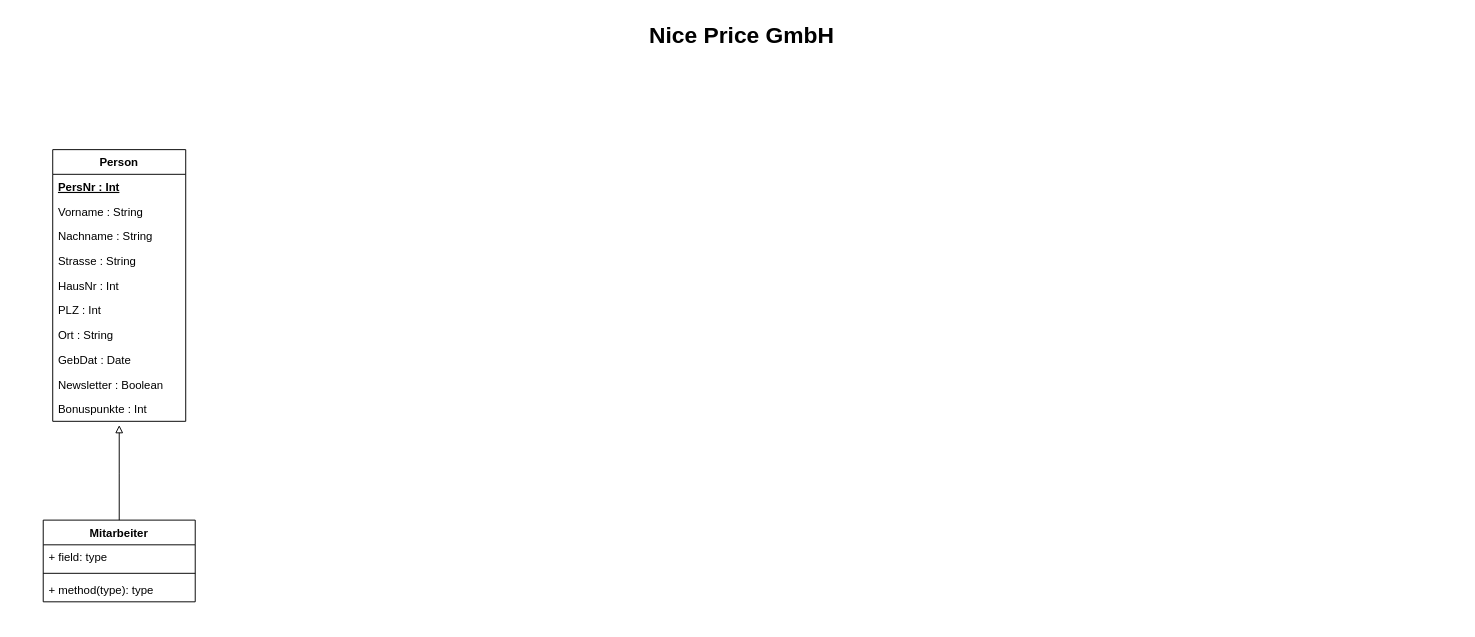
The draw.io diagram NicePriceUML.drawio in Resteklicken/DBS, before the edit. Source tidied: cells renumbered, new cells numbered last; positions are measured from the earlier drawing's top-left corner, leaving out a move shared by most shapes. Both pictures are drawn from the tidied source at 95%, with x=0, y=0 at pixel (24, 16).
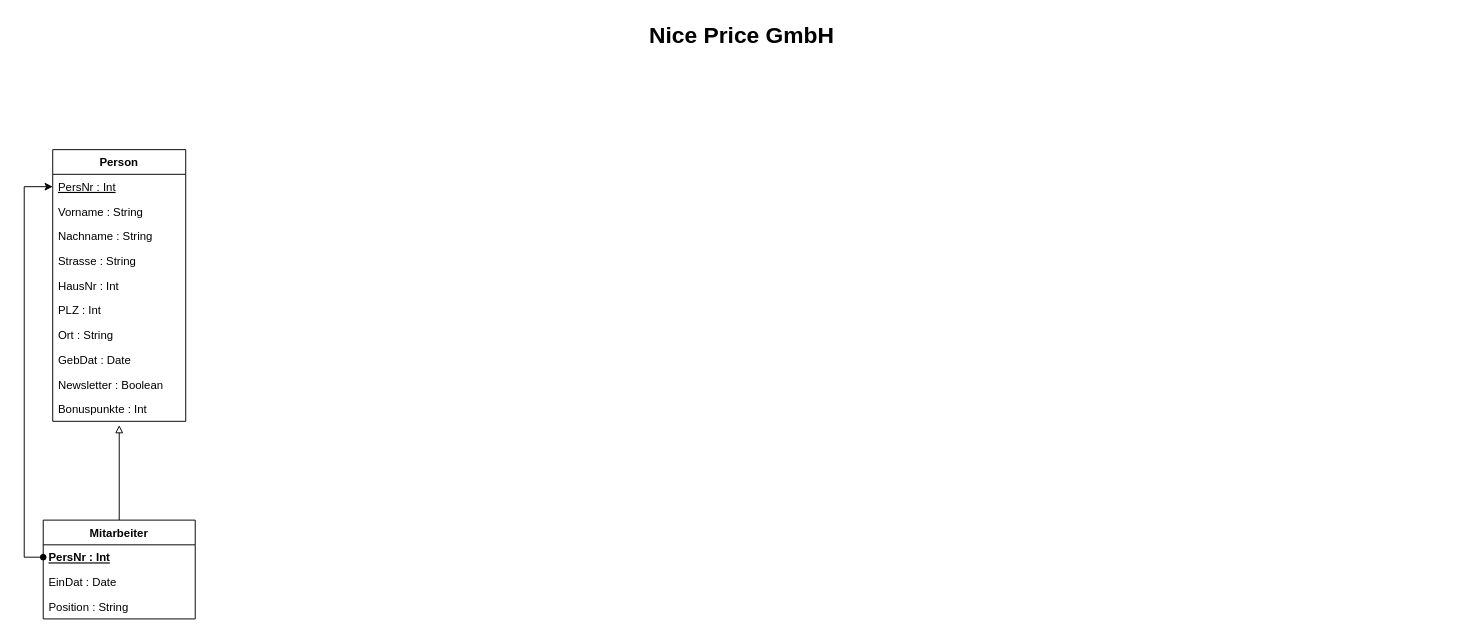
The same diagram, later.

Commit message:
Added Mitarbeiter Table

The change refers to these unchanged cells:
```xml
<mxCell id="3" value="Person" style="swimlane;fontStyle=1;horizontal=1;startSize=26;fillColor=none;" parent="1" vertex="1">
  <mxGeometry x="30" y="140" width="140" height="286" as="geometry" />
</mxCell>
```

The edit, as a diff of the source:
```diff
@@
-    <mxCell id="4" value="PersNr : Int" style="text;strokeColor=none;align=left;verticalAlign=top;spacingLeft=4;spacingRight=4;overflow=hidden;points=[[0,0.5],[1,0.5]];portConstraint=eastwest;fontStyle=5;" parent="3" vertex="1">
+    <mxCell id="4" value="PersNr : Int" style="text;strokeColor=none;align=left;verticalAlign=top;spacingLeft=4;spacingRight=4;overflow=hidden;points=[[0,0.5],[1,0.5]];portConstraint=eastwest;fontStyle=4;" parent="3" vertex="1">
       <mxGeometry y="26" width="140" height="26" as="geometry" />
     </mxCell>
@@
     <mxCell id="15" value="Mitarbeiter&#10;" style="swimlane;fontStyle=1;align=center;verticalAlign=top;horizontal=1;startSize=26;fillColor=none;" parent="1" vertex="1">
-      <mxGeometry x="20" y="530" width="160" height="86" as="geometry" />
+      <mxGeometry x="20" y="530" width="160" height="104" as="geometry" />
     </mxCell>
+    <mxCell id="19" value="PersNr : Int" style="text;strokeColor=none;fillColor=none;align=left;verticalAlign=top;spacingLeft=4;spacingRight=4;overflow=hidden;points=[[0,0.5],[1,0.5]];portConstraint=eastwest;fontStyle=5;" parent="15" vertex="1">
+      <mxGeometry y="26" width="160" height="26" as="geometry" />
+    </mxCell>
-    <mxCell id="16" value="+ field: type" style="text;strokeColor=none;fillColor=none;align=left;verticalAlign=top;spacingLeft=4;spacingRight=4;overflow=hidden;" parent="15" vertex="1">
-      <mxGeometry y="26" width="160" height="26" as="geometry" />
+    <mxCell id="16" value="EinDat : Date" style="text;strokeColor=none;fillColor=none;align=left;verticalAlign=top;spacingLeft=4;spacingRight=4;overflow=hidden;" parent="15" vertex="1">
+      <mxGeometry y="52" width="160" height="26" as="geometry" />
     </mxCell>
-    <mxCell id="17" style="line;strokeWidth=1;fillColor=none;align=left;verticalAlign=middle;spacingTop=-1;spacingLeft=3;spacingRight=3;labelPosition=right;" parent="15" vertex="1">
-      <mxGeometry y="52" width="160" height="8" as="geometry" />
-    </mxCell>
-    <mxCell id="18" value="+ method(type): type" style="text;strokeColor=none;fillColor=none;align=left;verticalAlign=top;spacingLeft=4;spacingRight=4;overflow=hidden;" parent="15" vertex="1">
-      <mxGeometry y="60" width="160" height="26" as="geometry" />
+    <mxCell id="18" value="Position : String" style="text;strokeColor=none;fillColor=none;align=left;verticalAlign=top;spacingLeft=4;spacingRight=4;overflow=hidden;" parent="15" vertex="1">
+      <mxGeometry y="78" width="160" height="26" as="geometry" />
     </mxCell>
+    <mxCell id="20" style="edgeStyle=orthogonalEdgeStyle;rounded=0;jettySize=auto;html=1;exitX=0;exitY=0.5;exitDx=0;exitDy=0;entryX=0;entryY=0.5;entryDx=0;entryDy=0;startArrow=oval;startFill=1;endArrow=classic;endFill=1;" parent="1" edge="1" source="19" target="4">
+      <mxGeometry relative="1" as="geometry" />
+    </mxCell>
```
